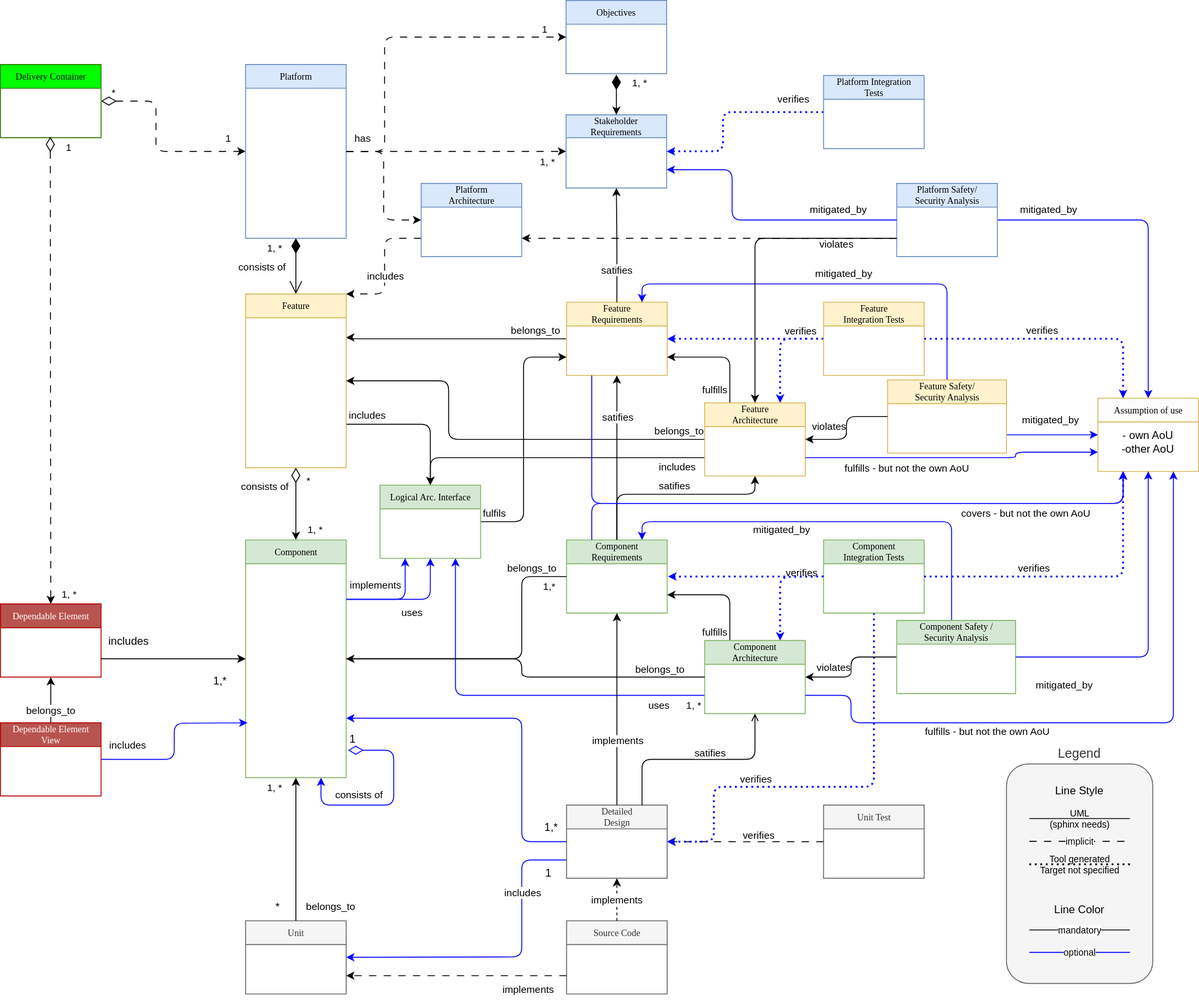
qorix-group/process_description keeps this draw.io diagram as process/general_concepts/_assets/score_building_blocks_meta_model.drawio.svg. Above is the earlier version. Source tidied: cells renumbered, new cells last; positions are measured from the earlier drawing's top-left corner, leaving out a move shared by most shapes.
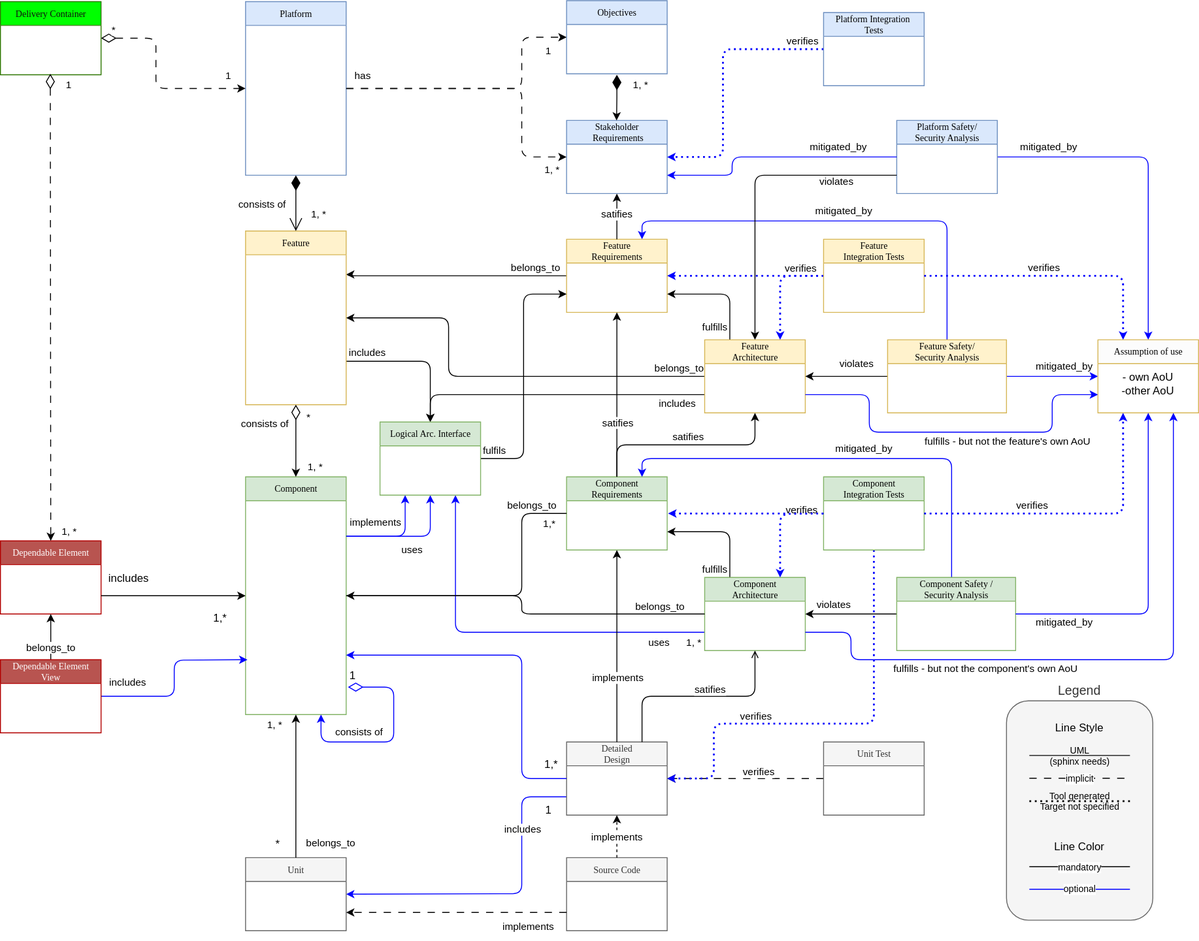
The same file after the commit.

What changed in the source:
```diff
@@ -73,8 +73,3 @@
     <mxCell id="18" style="edgeStyle=orthogonalEdgeStyle;rounded=1;jettySize=auto;html=1;entryX=0.5;entryY=1;entryDx=0;entryDy=0;endArrow=classic;endFill=1;exitX=0.5;exitY=0;exitDx=0;exitDy=0;curved=0;" parent="1" edge="1" source="20" target="17">
-      <mxGeometry relative="1" as="geometry">
-        <Array as="points">
-          <mxPoint x="674" y="540" />
-          <mxPoint x="825" y="540" />
-        </Array>
-      </mxGeometry>
+      <mxGeometry relative="1" as="geometry" />
     </mxCell>
@@ -144,5 +139,13 @@
     </mxCell>
-    <mxCell id="32" value="Stakeholder&lt;br&gt;&amp;nbsp;Requirements" style="swimlane;html=1;fontStyle=0;horizontal=1;startSize=25;fillColor=#dae8fc;swimlaneFillColor=#ffffff;rounded=0;shadow=0;comic=0;labelBackgroundColor=none;strokeWidth=1;fontFamily=Verdana;fontSize=10;align=center;strokeColor=#6c8ebf;" parent="1" vertex="1">
-      <mxGeometry x="618.5" y="125" width="110" height="80" as="geometry" />
+    <mxCell id="32" value="Stakeholder&lt;br&gt;&amp;nbsp;Requirements" style="swimlane;html=1;fontStyle=0;horizontal=1;startSize=26;fillColor=#dae8fc;swimlaneFillColor=#ffffff;rounded=0;shadow=0;comic=0;labelBackgroundColor=none;strokeWidth=1;fontFamily=Verdana;fontSize=10;align=center;strokeColor=#6c8ebf;" parent="1" vertex="1">
+      <mxGeometry x="619" y="200" width="110" height="80" as="geometry" />
     </mxCell>
+    <mxCell id="144" style="edgeStyle=orthogonalEdgeStyle;rounded=0;jettySize=auto;html=1;exitX=0.5;exitY=0;exitDx=0;exitDy=0;endArrow=classic;endFill=1;" parent="32" edge="1" source="11">
+      <mxGeometry relative="1" as="geometry">
+        <mxPoint x="55" y="80" as="targetPoint" />
+      </mxGeometry>
+    </mxCell>
+    <mxCell id="145" value="satifies" style="edgeLabel;html=1;align=center;verticalAlign=middle;" parent="144" vertex="1">
+      <mxGeometry x="0.11" y="1" relative="1" as="geometry" />
+    </mxCell>
     <mxCell id="33" style="endArrow=classic;dashed=1;endFill=1;endSize=6;html=1;rounded=0;fontSize=8;fontColor=#FF0000;exitX=0;exitY=0.75;exitDx=0;exitDy=0;entryX=1;entryY=0.75;entryDx=0;entryDy=0;dashPattern=8 8;" parent="1" edge="1" source="30" target="27">
@@ -153,11 +156,10 @@
     </mxCell>
-    <mxCell id="35" style="rounded=1;jettySize=auto;html=1;entryX=0;entryY=0.5;entryDx=0;entryDy=0;dashed=1;dashPattern=8 8;exitX=1;exitY=0.5;exitDx=0;exitDy=0;" parent="1" edge="1" source="38" target="32">
-      <mxGeometry relative="1" as="geometry" />
+    <mxCell id="35" style="edgeStyle=orthogonalEdgeStyle;rounded=1;jettySize=auto;html=1;entryX=0;entryY=0.5;entryDx=0;entryDy=0;curved=0;dashed=1;dashPattern=8 8;" parent="1" edge="1" source="38" target="32">
+      <mxGeometry relative="1" as="geometry">
+        <Array as="points">
+          <mxPoint x="570" y="165" />
+          <mxPoint x="570" y="240" />
+        </Array>
+      </mxGeometry>
     </mxCell>
-    <mxCell id="36" value="1, *" style="edgeLabel;html=1;align=center;verticalAlign=top;" parent="35" vertex="1">
-      <mxGeometry x="0.82" y="1" relative="1" as="geometry" />
-    </mxCell>
-    <mxCell id="37" style="edgeStyle=orthogonalEdgeStyle;html=1;exitX=1;exitY=0.5;exitDx=0;exitDy=0;entryX=0;entryY=0.5;entryDx=0;entryDy=0;rounded=1;dashed=1;dashPattern=8 8;strokeColor=default;align=center;verticalAlign=middle;fontFamily=Helvetica;fontSize=11;fontColor=default;labelBackgroundColor=default;endArrow=classic;" parent="1" edge="1" source="38" target="143">
-      <mxGeometry relative="1" as="geometry" />
-    </mxCell>
     <mxCell id="38" value="Platform" style="swimlane;html=1;fontStyle=0;horizontal=1;startSize=26;fillColor=#dae8fc;swimlaneFillColor=#ffffff;rounded=0;shadow=0;comic=0;labelBackgroundColor=none;strokeWidth=1;fontFamily=Verdana;fontSize=10;align=center;strokeColor=#6c8ebf;" parent="1" vertex="1">
@@ -166,3 +168,3 @@
     <mxCell id="39" value="1, *" style="endArrow=open;html=1;endSize=12;startArrow=diamondThin;startSize=14;startFill=1;edgeStyle=orthogonalEdgeStyle;align=left;verticalAlign=bottom;rounded=0;exitX=0.5;exitY=1;exitDx=0;exitDy=0;entryX=0.5;entryY=0;entryDx=0;entryDy=0;" parent="1" edge="1" source="38" target="7">
-      <mxGeometry x="-0.34" y="-33" relative="1" as="geometry" />
+      <mxGeometry x="0.71" y="15" relative="1" as="geometry" />
     </mxCell>
@@ -180,3 +182,3 @@
       <mxGeometry x="614" y="410" as="geometry">
-        <mxPoint x="-91" y="-159" as="offset" />
+        <mxPoint x="-12" y="-157" as="offset" />
       </mxGeometry>
@@ -184,3 +186,3 @@
     <mxCell id="43" value="Objectives" style="swimlane;html=1;fontStyle=0;horizontal=1;startSize=26;fillColor=#dae8fc;swimlaneFillColor=#ffffff;rounded=0;shadow=0;comic=0;labelBackgroundColor=none;strokeWidth=1;fontFamily=Verdana;fontSize=10;align=center;strokeColor=#6c8ebf;" parent="1" vertex="1">
-      <mxGeometry x="618.5" width="110" height="80" as="geometry" />
+      <mxGeometry x="619" y="69" width="110" height="80" as="geometry" />
     </mxCell>
@@ -189,4 +191,4 @@
         <Array as="points">
-          <mxPoint x="420" y="165" />
-          <mxPoint x="420" y="40" />
+          <mxPoint x="570" y="165" />
+          <mxPoint x="570" y="109" />
         </Array>
@@ -194,11 +196,13 @@
     </mxCell>
-    <mxCell id="45" value="1" style="edgeLabel;html=1;align=center;verticalAlign=bottom;" parent="44" vertex="1">
-      <mxGeometry x="0.87" relative="1" as="geometry" />
+    <mxCell id="45" value="1" style="edgeLabel;html=1;align=center;verticalAlign=middle;" parent="1" vertex="1">
+      <mxGeometry x="610.6" y="280" as="geometry">
+        <mxPoint x="-12" y="-157" as="offset" />
+      </mxGeometry>
     </mxCell>
-    <mxCell id="46" value="1, *" style="endArrow=classic;html=1;endSize=6;startArrow=diamondThin;startSize=14;startFill=1;edgeStyle=orthogonalEdgeStyle;align=left;verticalAlign=bottom;rounded=0;entryX=0.5;entryY=0;entryDx=0;entryDy=0;endFill=1;" parent="1" edge="1" target="32">
+    <mxCell id="46" value="1, *" style="endArrow=classic;html=1;endSize=6;startArrow=diamondThin;startSize=14;startFill=1;edgeStyle=orthogonalEdgeStyle;align=left;verticalAlign=bottom;rounded=0;entryX=0.5;entryY=0;entryDx=0;entryDy=0;endFill=1;" parent="1" edge="1">
       <mxGeometry x="-0.2" y="16" relative="1" as="geometry">
-        <mxPoint x="673.5" y="81" as="sourcePoint" />
+        <mxPoint x="674" y="150" as="sourcePoint" />
+        <mxPoint x="673.7" y="200" as="targetPoint" />
         <Array as="points">
-          <mxPoint x="674" y="106" />
-          <mxPoint x="673" y="125" />
+          <mxPoint x="674" y="175" />
         </Array>
@@ -232,3 +236,3 @@
       <mxGeometry x="0.06" y="6" relative="1" as="geometry">
-        <mxPoint x="6" y="-40" as="offset" />
+        <mxPoint x="6" y="35" as="offset" />
       </mxGeometry>
@@ -328,3 +332,6 @@
     </mxCell>
+    <mxCell id="137" style="edgeStyle=orthogonalEdgeStyle;rounded=0;jettySize=auto;html=1;entryX=1;entryY=0.5;entryDx=0;entryDy=0;" parent="1" edge="1" source="73" target="17">
+      <mxGeometry relative="1" as="geometry" />
+    </mxCell>
-    <mxCell id="71" style="edgeStyle=orthogonalEdgeStyle;rounded=0;jettySize=auto;html=1;entryX=1;entryY=0.75;entryDx=0;entryDy=0;exitX=0;exitY=0.5;exitDx=0;exitDy=0;endArrow=none;endFill=0;startArrow=classic;startFill=1;strokeColor=#0000FF;" parent="1" edge="1" source="74" target="73">
+    <mxCell id="71" style="edgeStyle=orthogonalEdgeStyle;rounded=0;jettySize=auto;html=1;entryX=1;entryY=0.5;entryDx=0;entryDy=0;exitX=0;exitY=0.5;exitDx=0;exitDy=0;endArrow=none;endFill=0;startArrow=classic;startFill=1;strokeColor=#0000FF;" parent="1" edge="1" source="74" target="73">
       <mxGeometry relative="1" as="geometry" />
@@ -341,6 +348,6 @@
     <mxCell id="73" value="Feature Safety/&lt;br&gt;Security Analysis" style="swimlane;html=1;fontStyle=0;horizontal=1;startSize=26;fillColor=#fff2cc;swimlaneFillColor=#ffffff;rounded=0;shadow=0;comic=0;labelBackgroundColor=none;strokeWidth=1;fontFamily=Verdana;fontSize=10;align=center;strokeColor=#d6b656;" parent="1" vertex="1">
-      <mxGeometry x="970" y="415" width="130" height="80" as="geometry" />
+      <mxGeometry x="970" y="440" width="130" height="80" as="geometry" />
     </mxCell>
     <mxCell id="74" value="Assumption of use" style="swimlane;html=1;fontStyle=0;horizontal=1;startSize=26;fillColor=#fcfcfc;swimlaneFillColor=#ffffff;rounded=0;shadow=0;comic=0;labelBackgroundColor=none;strokeWidth=1;fontFamily=Verdana;fontSize=10;align=center;strokeColor=#d6b656;" parent="1" vertex="1">
-      <mxGeometry x="1200" y="435" width="110" height="80" as="geometry" />
+      <mxGeometry x="1200" y="440" width="110" height="80" as="geometry" />
     </mxCell>
@@ -353,3 +360,3 @@
           <mxPoint x="790" y="122" />
-          <mxPoint x="790" y="165" />
+          <mxPoint x="790" y="240" />
         </Array>
@@ -370,3 +377,3 @@
     <mxCell id="81" value="verifies" style="edgeLabel;html=1;align=center;verticalAlign=middle;" parent="1" vertex="1">
-      <mxGeometry x="750" y="230" as="geometry">
+      <mxGeometry x="760" y="235" as="geometry">
         <mxPoint x="116" y="-123" as="offset" />
@@ -375,3 +382,3 @@
     <mxCell id="82" value="violates" style="edgeLabel;html=1;align=center;verticalAlign=middle;" parent="1" vertex="1">
-      <mxGeometry x="880" y="470" as="geometry">
+      <mxGeometry x="910" y="470" as="geometry">
         <mxPoint x="25" y="-5" as="offset" />
@@ -380,3 +387,3 @@
     <mxCell id="83" value="mitigated_by" style="edgeLabel;html=1;align=center;verticalAlign=middle;" parent="1" vertex="1">
-      <mxGeometry x="955" y="470" as="geometry">
+      <mxGeometry x="970" y="480" as="geometry">
         <mxPoint x="192" y="-12" as="offset" />
@@ -418,3 +425,3 @@
     <mxCell id="90" value="Component Safety /&lt;br&gt;Security Analysis" style="swimlane;html=1;fontStyle=0;horizontal=1;startSize=26;fillColor=#d5e8d4;swimlaneFillColor=#ffffff;rounded=0;shadow=0;comic=0;labelBackgroundColor=none;strokeWidth=1;fontFamily=Verdana;fontSize=10;align=center;strokeColor=#82b366;" parent="1" vertex="1">
-      <mxGeometry x="980" y="678" width="130" height="80" as="geometry" />
+      <mxGeometry x="980" y="700" width="130" height="80" as="geometry" />
     </mxCell>
@@ -439,3 +446,3 @@
     <mxCell id="95" value="mitigated_by" style="edgeLabel;html=1;align=center;verticalAlign=middle;" parent="1" vertex="1">
-      <mxGeometry x="660" y="570" as="geometry">
+      <mxGeometry x="750" y="550" as="geometry">
         <mxPoint x="193" y="8" as="offset" />
@@ -482,10 +489,2 @@
     </mxCell>
-    <mxCell id="105" style="edgeStyle=orthogonalEdgeStyle;html=1;exitX=0;exitY=0.75;exitDx=0;exitDy=0;entryX=1;entryY=0.75;entryDx=0;entryDy=0;rounded=1;dashed=1;dashPattern=8 8;strokeColor=default;align=center;verticalAlign=middle;fontFamily=Helvetica;fontSize=11;fontColor=default;labelBackgroundColor=default;endArrow=classic;" parent="1" edge="1" source="106" target="143">
-      <mxGeometry relative="1" as="geometry">
-        <Array as="points">
-          <mxPoint x="700" y="260" />
-          <mxPoint x="700" y="260" />
-        </Array>
-      </mxGeometry>
-    </mxCell>
     <mxCell id="106" value="Platform Safety/&lt;br&gt;Security Analysis" style="swimlane;html=1;fontStyle=0;horizontal=1;startSize=26;fillColor=#dae8fc;swimlaneFillColor=#ffffff;rounded=0;shadow=0;comic=0;labelBackgroundColor=none;strokeWidth=1;fontFamily=Verdana;fontSize=10;align=center;strokeColor=#6c8ebf;" parent="1" vertex="1">
@@ -497,3 +496,3 @@
           <mxPoint x="800" y="240" />
-          <mxPoint x="800" y="185" />
+          <mxPoint x="800" y="260" />
         </Array>
@@ -604,8 +603,9 @@
     </mxCell>
-    <mxCell id="129" style="edgeStyle=orthogonalEdgeStyle;rounded=1;jettySize=auto;html=1;strokeColor=#0000ff;startArrow=classic;startFill=1;endArrow=none;endFill=0;exitX=0;exitY=0.75;exitDx=0;exitDy=0;" parent="1" edge="1" source="75">
+    <mxCell id="129" style="edgeStyle=orthogonalEdgeStyle;rounded=1;jettySize=auto;html=1;entryX=1;entryY=0.75;entryDx=0;entryDy=0;exitX=0;exitY=0.75;exitDx=0;exitDy=0;strokeColor=#0000ff;startArrow=classic;startFill=1;endArrow=none;endFill=0;" parent="1" edge="1" source="74" target="17">
       <mxGeometry relative="1" as="geometry">
-        <mxPoint x="880" y="500" as="targetPoint" />
         <Array as="points">
-          <mxPoint x="1110" y="494" />
-          <mxPoint x="1110" y="500" />
+          <mxPoint x="1150" y="500" />
+          <mxPoint x="1150" y="541" />
+          <mxPoint x="950" y="541" />
+          <mxPoint x="950" y="500" />
         </Array>
@@ -613,5 +613,5 @@
     </mxCell>
-    <mxCell id="130" value="fulfills - but not the own AoU" style="edgeLabel;html=1;align=center;verticalAlign=middle;" parent="129" vertex="1">
+    <mxCell id="130" value="fulfills - but not the feature's own AoU" style="edgeLabel;html=1;align=center;verticalAlign=middle;" parent="129" vertex="1">
       <mxGeometry x="-0.28" y="1" relative="1" as="geometry">
-        <mxPoint x="-98" y="10" as="offset" />
+        <mxPoint x="4" y="8" as="offset" />
       </mxGeometry>
@@ -627,3 +627,3 @@
     </mxCell>
-    <mxCell id="132" value="fulfills - but not the own AoU" style="edgeLabel;html=1;align=center;verticalAlign=middle;" parent="131" vertex="1">
+    <mxCell id="132" value="fulfills - but not the component's own AoU" style="edgeLabel;html=1;align=center;verticalAlign=middle;" parent="131" vertex="1">
       <mxGeometry x="0.35" y="-2" relative="1" as="geometry">
@@ -648,46 +648,2 @@
     </mxCell>
-    <mxCell id="137" style="edgeStyle=orthogonalEdgeStyle;rounded=1;jettySize=auto;html=1;entryX=1;entryY=0.5;entryDx=0;entryDy=0;curved=0;exitX=0;exitY=0.5;exitDx=0;exitDy=0;" parent="1" edge="1" source="73" target="17">
-      <mxGeometry relative="1" as="geometry" />
-    </mxCell>
-    <mxCell id="138" style="edgeStyle=orthogonalEdgeStyle;rounded=1;jettySize=auto;html=1;startArrow=none;startFill=0;endArrow=classic;endFill=1;curved=0;strokeColor=#0000FF;entryX=0.25;entryY=1;entryDx=0;entryDy=0;exitX=0.25;exitY=1;exitDx=0;exitDy=0;" parent="1" edge="1" source="11" target="74">
-      <mxGeometry relative="1" as="geometry">
-        <Array as="points">
-          <mxPoint x="647" y="550" />
-          <mxPoint x="1228" y="550" />
-        </Array>
-      </mxGeometry>
-    </mxCell>
-    <mxCell id="139" style="edgeStyle=orthogonalEdgeStyle;rounded=1;jettySize=auto;html=1;startArrow=none;startFill=0;endArrow=classic;endFill=1;curved=0;strokeColor=#0000FF;entryX=0.25;entryY=1;entryDx=0;entryDy=0;exitX=0.25;exitY=0;exitDx=0;exitDy=0;" parent="1" edge="1" source="20" target="74">
-      <mxGeometry relative="1" as="geometry">
-        <Array as="points">
-          <mxPoint x="647" y="550" />
-          <mxPoint x="1228" y="550" />
-        </Array>
-      </mxGeometry>
-    </mxCell>
-    <mxCell id="140" value="covers - but not the own AoU" style="edgeLabel;html=1;align=center;verticalAlign=middle;" parent="1" vertex="1">
-      <mxGeometry x="1120" y="560" as="geometry" />
-    </mxCell>
-    <mxCell id="141" style="edgeStyle=orthogonalEdgeStyle;html=1;exitX=0;exitY=0.75;exitDx=0;exitDy=0;entryX=1;entryY=0;entryDx=0;entryDy=0;rounded=1;dashed=1;dashPattern=8 8;strokeColor=default;align=center;verticalAlign=middle;fontFamily=Helvetica;fontSize=11;fontColor=default;labelBackgroundColor=default;endArrow=classic;" parent="1" edge="1" source="143" target="7">
-      <mxGeometry relative="1" as="geometry">
-        <Array as="points">
-          <mxPoint x="420" y="260" />
-          <mxPoint x="420" y="321" />
-        </Array>
-      </mxGeometry>
-    </mxCell>
-    <mxCell id="142" value="includes" style="edgeLabel;html=1;align=center;verticalAlign=middle;rounded=1;dashed=1;dashPattern=8 8;strokeColor=default;fontFamily=Helvetica;fontSize=11;fontColor=default;labelBackgroundColor=default;" parent="141" vertex="1">
-      <mxGeometry x="0.13" relative="1" as="geometry" />
-    </mxCell>
-    <mxCell id="143" value="Platform&lt;br&gt;Architecture" style="swimlane;html=1;fontStyle=0;horizontal=1;startSize=26;fillColor=#dae8fc;swimlaneFillColor=#ffffff;rounded=0;shadow=0;comic=0;labelBackgroundColor=none;strokeWidth=1;fontFamily=Verdana;fontSize=10;align=center;strokeColor=#6c8ebf;" parent="1" vertex="1">
-      <mxGeometry x="460" y="200" width="110" height="80" as="geometry" />
-    </mxCell>
-    <mxCell id="144" style="edgeStyle=orthogonalEdgeStyle;rounded=0;jettySize=auto;html=1;exitX=0.5;exitY=0;exitDx=0;exitDy=0;endArrow=classic;endFill=1;entryX=0.5;entryY=1;entryDx=0;entryDy=0;" parent="1" edge="1" source="11" target="32">
-      <mxGeometry relative="1" as="geometry" />
-    </mxCell>
-    <mxCell id="145" value="satifies" style="edgeLabel;html=1;align=center;verticalAlign=middle;" parent="144" vertex="1">
-      <mxGeometry x="0.11" y="1" relative="1" as="geometry">
-        <mxPoint x="1" y="34" as="offset" />
-      </mxGeometry>
-    </mxCell>
   </root>
```
